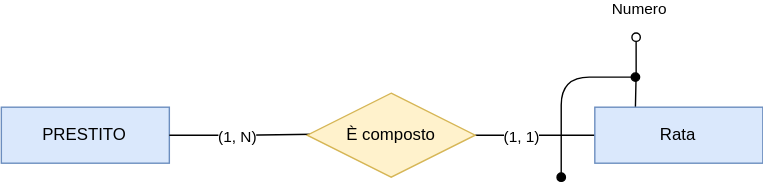
Above: Typst/media/composto.svg in enrperes/Database-and-Laboratory (draw.io), before the change. Source tidied: cells renumbered, new cells last; positions are measured from the earlier drawing's top-left corner, leaving out a move shared by most shapes.
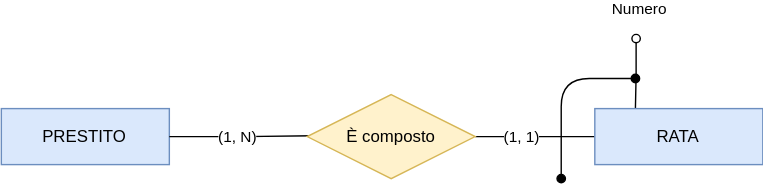
The same diagram one commit later.

Change to the diagram source:
```diff
@@ -37,7 +37,7 @@
         <mxPoint y="-43" as="offset" />
       </mxGeometry>
     </mxCell>
-    <mxCell id="10" value="Rata" style="rounded=0;whiteSpace=wrap;html=1;fillColor=#dae8fc;strokeColor=#6c8ebf;" parent="1" vertex="1">
+    <mxCell id="10" value="RATA" style="rounded=0;whiteSpace=wrap;html=1;fillColor=#dae8fc;strokeColor=#6c8ebf;" parent="1" vertex="1">
       <mxGeometry x="424.4" y="50" width="120" height="40" as="geometry" />
     </mxCell>
     <mxCell id="11" style="curved=0;endArrow=oval;html=1;rounded=1;endFill=1;arcSize=40;fixDash=1;startArrow=oval;startFill=1;flowAnimation=0;shadow=0;labelBorderColor=none;textShadow=0;" parent="1" edge="1">
```
